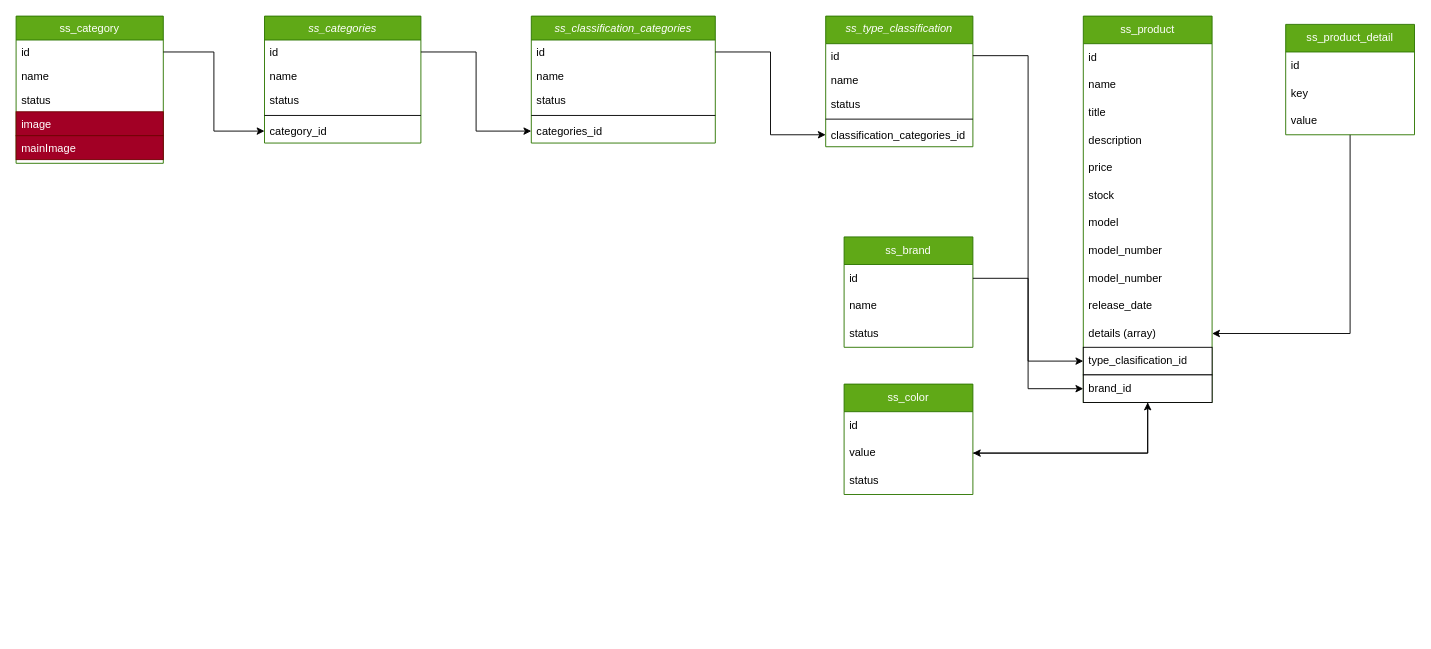
Above: diagrama-db.drawio in jsaulhernandez/shopspace-service-springboot (draw.io), before the change. Source tidied: cells renumbered, new cells numbered last; positions are measured from the earlier drawing's top-left corner, leaving out a move shared by most shapes. Both pictures are drawn from the tidied source at 92%, with x=0, y=0 at pixel (16, 16).
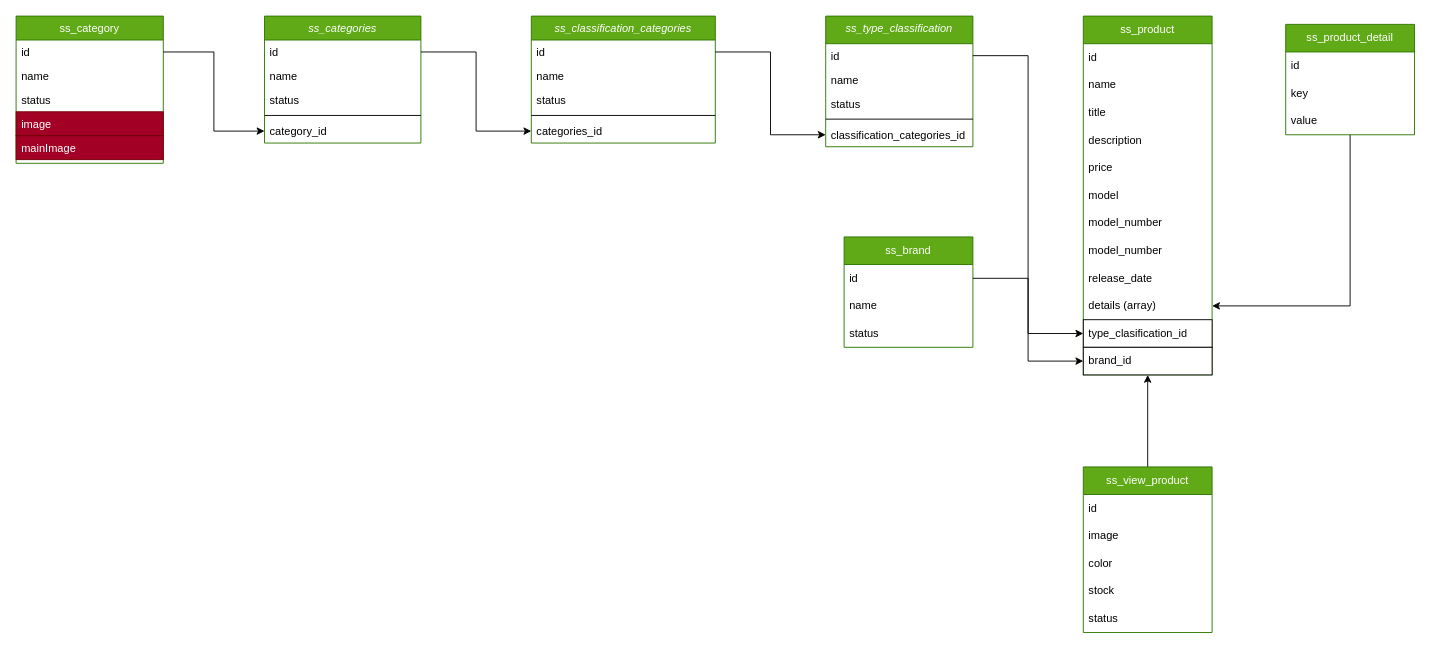
Above is the later version.

Commit message (it also covers changes not shown here):
tag: updating entities and diagram

The edit, as a diff of the source:
```diff
@@
-    <mxCell id="30" value="ss_color" style="swimlane;fontStyle=0;horizontal=1;startSize=30;whiteSpace=wrap;html=1;fillColor=#60a917;fontColor=#ffffff;strokeColor=#2D7600;" parent="1" vertex="1">
-      <mxGeometry x="900" y="400" width="140" height="120" as="geometry" />
-    </mxCell>
-    <mxCell id="31" value="id" style="text;strokeColor=none;fillColor=none;align=left;verticalAlign=middle;spacingLeft=4;spacingRight=4;overflow=hidden;whiteSpace=wrap;html=1;" parent="30" vertex="1">
-      <mxGeometry y="30" width="140" height="30" as="geometry" />
-    </mxCell>
-    <mxCell id="32" value="value" style="text;strokeColor=none;fillColor=none;align=left;verticalAlign=middle;spacingLeft=4;spacingRight=4;overflow=hidden;points=[[0,0.5],[1,0.5]];portConstraint=eastwest;whiteSpace=wrap;html=1;" parent="30" vertex="1">
-      <mxGeometry y="60" width="140" height="30" as="geometry" />
-    </mxCell>
-    <mxCell id="33" value="status" style="text;strokeColor=none;fillColor=none;align=left;verticalAlign=middle;spacingLeft=4;spacingRight=4;overflow=hidden;whiteSpace=wrap;html=1;" parent="30" vertex="1">
-      <mxGeometry y="90" width="140" height="30" as="geometry" />
-    </mxCell>
-    <mxCell id="34" style="edgeStyle=orthogonalEdgeStyle;rounded=0;jettySize=auto;html=1;entryX=1;entryY=0.5;entryDx=0;entryDy=0;" parent="1" edge="1" source="35" target="32">
-      <mxGeometry relative="1" as="geometry" />
-    </mxCell>
     <mxCell id="35" value="ss_product" style="swimlane;fontStyle=0;horizontal=1;startSize=30;whiteSpace=wrap;html=1;fillColor=#60a917;fontColor=#ffffff;strokeColor=#2D7600;" parent="1" vertex="1">
-      <mxGeometry x="1160" width="140" height="420" as="geometry" />
+      <mxGeometry x="1160" width="140" height="390" as="geometry" />
     </mxCell>
@@
-    <mxCell id="41" value="stock" style="text;strokeColor=none;fillColor=none;align=left;verticalAlign=middle;spacingLeft=4;spacingRight=4;overflow=hidden;whiteSpace=wrap;html=1;" parent="35" vertex="1">
-      <mxGeometry y="180" width="140" height="30" as="geometry" />
-    </mxCell>
     <mxCell id="42" value="model" style="text;strokeColor=none;fillColor=none;align=left;verticalAlign=middle;spacingLeft=4;spacingRight=4;overflow=hidden;whiteSpace=wrap;html=1;" parent="35" vertex="1">
-      <mxGeometry y="210" width="140" height="30" as="geometry" />
+      <mxGeometry y="180" width="140" height="30" as="geometry" />
     </mxCell>
     <mxCell id="43" value="model_number" style="text;strokeColor=none;fillColor=none;align=left;verticalAlign=middle;spacingLeft=4;spacingRight=4;overflow=hidden;whiteSpace=wrap;html=1;" parent="35" vertex="1">
-      <mxGeometry y="240" width="140" height="30" as="geometry" />
+      <mxGeometry y="210" width="140" height="30" as="geometry" />
     </mxCell>
     <mxCell id="44" value="model_number" style="text;strokeColor=none;fillColor=none;align=left;verticalAlign=middle;spacingLeft=4;spacingRight=4;overflow=hidden;whiteSpace=wrap;html=1;" parent="35" vertex="1">
-      <mxGeometry y="270" width="140" height="30" as="geometry" />
+      <mxGeometry y="240" width="140" height="30" as="geometry" />
     </mxCell>
     <mxCell id="45" value="release_date" style="text;strokeColor=none;fillColor=none;align=left;verticalAlign=middle;spacingLeft=4;spacingRight=4;overflow=hidden;whiteSpace=wrap;html=1;" parent="35" vertex="1">
-      <mxGeometry y="300" width="140" height="30" as="geometry" />
+      <mxGeometry y="270" width="140" height="30" as="geometry" />
     </mxCell>
     <mxCell id="46" value="details (array)" style="text;strokeColor=none;fillColor=none;align=left;verticalAlign=middle;spacingLeft=4;spacingRight=4;overflow=hidden;points=[[0,0.5],[1,0.5]];portConstraint=eastwest;whiteSpace=wrap;html=1;" parent="35" vertex="1">
-      <mxGeometry y="330" width="140" height="30" as="geometry" />
+      <mxGeometry y="300" width="140" height="30" as="geometry" />
     </mxCell>
     <mxCell id="47" value="type_clasification_id" style="text;strokeColor=default;fillColor=default;align=left;verticalAlign=middle;spacingLeft=4;spacingRight=4;overflow=hidden;points=[[0,0.5],[1,0.5]];portConstraint=eastwest;whiteSpace=wrap;html=1;" parent="35" vertex="1">
-      <mxGeometry y="360" width="140" height="30" as="geometry" />
+      <mxGeometry y="330" width="140" height="30" as="geometry" />
     </mxCell>
     <mxCell id="48" value="brand_id" style="text;strokeColor=default;fillColor=default;align=left;verticalAlign=middle;spacingLeft=4;spacingRight=4;overflow=hidden;points=[[0,0.5],[1,0.5]];portConstraint=eastwest;whiteSpace=wrap;html=1;" parent="35" vertex="1">
-      <mxGeometry y="390" width="140" height="30" as="geometry" />
+      <mxGeometry y="360" width="140" height="30" as="geometry" />
     </mxCell>
@@
-    <mxCell id="59" style="edgeStyle=orthogonalEdgeStyle;rounded=0;jettySize=auto;html=1;entryX=0.5;entryY=1;entryDx=0;entryDy=0;" parent="1" edge="1" source="32" target="35">
-      <mxGeometry relative="1" as="geometry" />
-    </mxCell>
+    <mxCell id="60" style="edgeStyle=orthogonalEdgeStyle;rounded=0;jettySize=auto;html=1;entryX=0.5;entryY=1;entryDx=0;entryDy=0;" parent="1" edge="1" source="61" target="35">
+      <mxGeometry relative="1" as="geometry" />
+    </mxCell>
+    <mxCell id="61" value="ss_view_product" style="swimlane;fontStyle=0;horizontal=1;startSize=30;whiteSpace=wrap;html=1;fillColor=#60a917;fontColor=#ffffff;strokeColor=#2D7600;" parent="1" vertex="1">
+      <mxGeometry x="1160" y="490" width="140" height="180" as="geometry" />
+    </mxCell>
+    <mxCell id="31" value="id" style="text;strokeColor=none;fillColor=none;align=left;verticalAlign=middle;spacingLeft=4;spacingRight=4;overflow=hidden;whiteSpace=wrap;html=1;" parent="61" vertex="1">
+      <mxGeometry y="30" width="140" height="30" as="geometry" />
+    </mxCell>
+    <mxCell id="62" value="image" style="text;strokeColor=none;fillColor=none;align=left;verticalAlign=middle;spacingLeft=4;spacingRight=4;overflow=hidden;whiteSpace=wrap;html=1;" parent="61" vertex="1">
+      <mxGeometry y="60" width="140" height="30" as="geometry" />
+    </mxCell>
+    <mxCell id="63" value="color" style="text;strokeColor=none;fillColor=none;align=left;verticalAlign=middle;spacingLeft=4;spacingRight=4;overflow=hidden;whiteSpace=wrap;html=1;" parent="61" vertex="1">
+      <mxGeometry y="90" width="140" height="30" as="geometry" />
+    </mxCell>
+    <mxCell id="41" value="stock" style="text;strokeColor=none;fillColor=none;align=left;verticalAlign=middle;spacingLeft=4;spacingRight=4;overflow=hidden;whiteSpace=wrap;html=1;" parent="61" vertex="1">
+      <mxGeometry y="120" width="140" height="30" as="geometry" />
+    </mxCell>
+    <mxCell id="33" value="status" style="text;strokeColor=none;fillColor=none;align=left;verticalAlign=middle;spacingLeft=4;spacingRight=4;overflow=hidden;whiteSpace=wrap;html=1;" parent="61" vertex="1">
+      <mxGeometry y="150" width="140" height="30" as="geometry" />
+    </mxCell>
```
